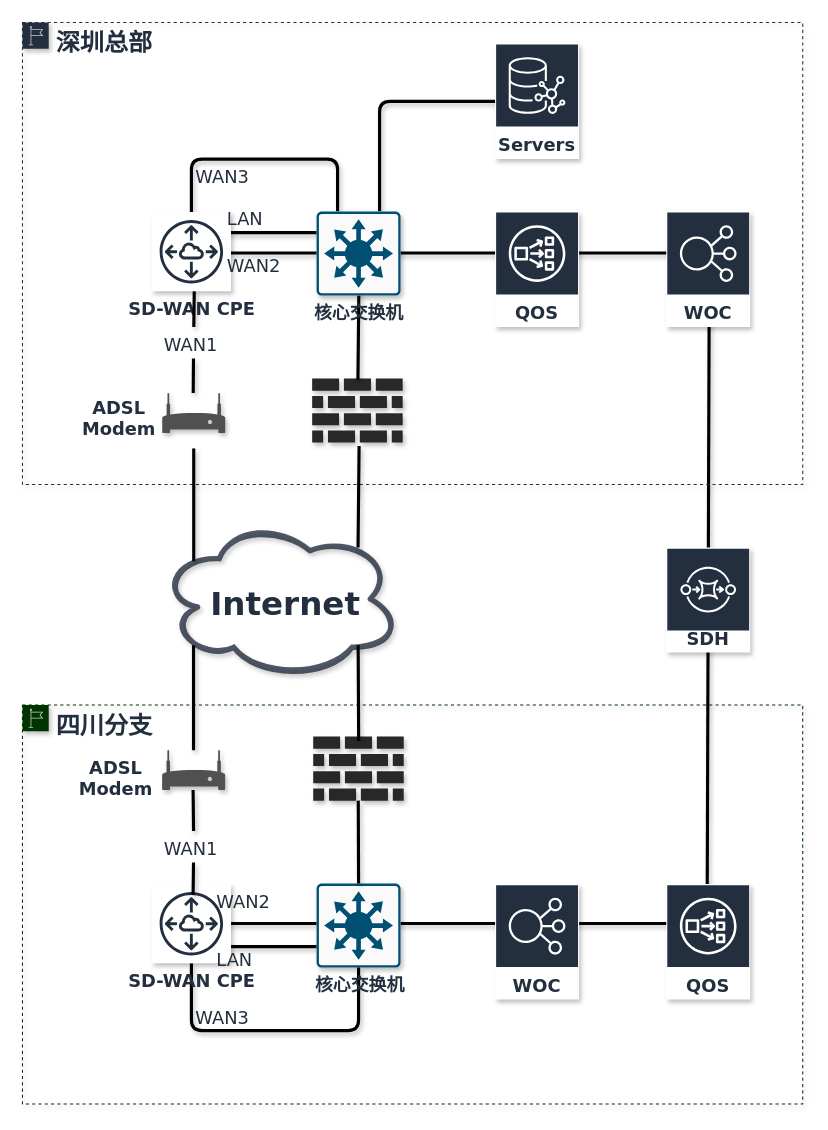
Earlier version of the draw.io diagram page "方案2" (3 of 4) of Untitled Diagram.drawio (ZILLIONTSANG/NetworkDiagrams). Source tidied: cells renumbered, new cells numbered last; positions are measured from the earlier drawing's top-left corner, leaving out a move shared by most shapes. Both pictures are drawn from the tidied source at 105%, with x=0, y=0 at pixel (22, 22).
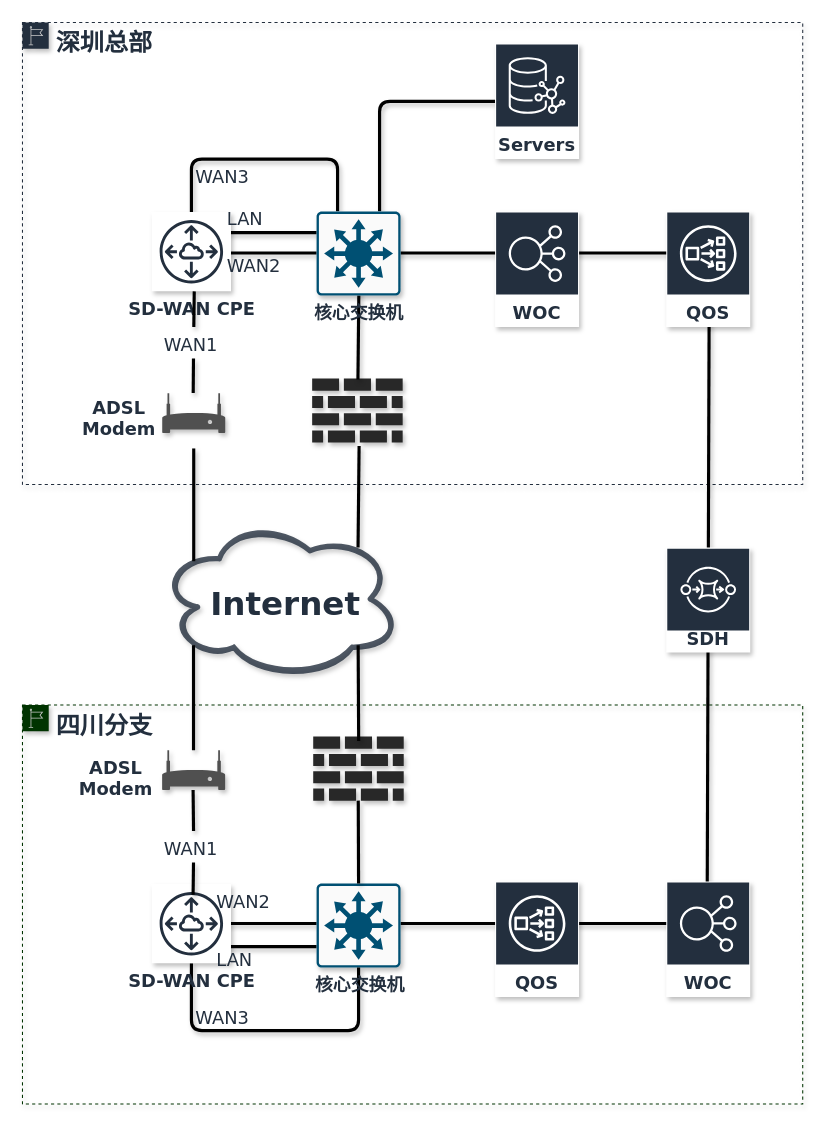
The same page after the edit.

Change to the diagram source:
```diff
@@
+    <mxCell id="9" value="&lt;font color=&quot;#232f3e&quot; style=&quot;font-size: 23px&quot;&gt;深圳总部&lt;/font&gt;" style="gradientColor=none;html=1;whiteSpace=wrap;fontSize=17;fontStyle=1;shape=mxgraph.aws4.group;grIcon=mxgraph.aws4.group_region;fillColor=none;verticalAlign=top;align=left;spacingLeft=30;fontColor=#879196;dashed=1;fontFamily=Verdana;strokeColor=#232F3E;shadow=1;" parent="1" vertex="1">
+      <mxGeometry x="-0.1" width="743.1" height="440" as="geometry" />
+    </mxCell>
@@
-    <mxCell id="8" value="WOC" style="fontColor=#232F3E;gradientColor=none;strokeColor=#ffffff;fillColor=#232F3E;dashed=0;verticalLabelPosition=middle;verticalAlign=bottom;align=center;html=1;whiteSpace=wrap;fontSize=17;fontStyle=1;spacing=3;shape=mxgraph.aws4.productIcon;prIcon=mxgraph.aws4.elastic_load_balancing;fontFamily=Verdana;shadow=1;" parent="1" vertex="1">
-      <mxGeometry x="613" y="180" width="80" height="110" as="geometry" />
-    </mxCell>
-    <mxCell id="9" value="&lt;font color=&quot;#232f3e&quot; style=&quot;font-size: 23px&quot;&gt;深圳总部&lt;/font&gt;" style="gradientColor=none;html=1;whiteSpace=wrap;fontSize=17;fontStyle=1;shape=mxgraph.aws4.group;grIcon=mxgraph.aws4.group_region;fillColor=none;verticalAlign=top;align=left;spacingLeft=30;fontColor=#879196;dashed=1;fontFamily=Verdana;strokeColor=#232F3E;shadow=1;" parent="1" vertex="1">
-      <mxGeometry x="-0.1" width="743.1" height="440" as="geometry" />
-    </mxCell>
-    <mxCell id="10" value="QOS" style="fontColor=#232F3E;gradientColor=none;strokeColor=#ffffff;fillColor=#232F3E;dashed=0;verticalLabelPosition=middle;verticalAlign=bottom;align=center;html=1;whiteSpace=wrap;fontSize=17;fontStyle=1;spacing=3;shape=mxgraph.aws4.productIcon;prIcon=mxgraph.aws4.network_load_balancer;fontFamily=Verdana;shadow=1;" parent="1" vertex="1">
-      <mxGeometry x="450" y="180" width="80" height="110" as="geometry" />
-    </mxCell>
@@
-    <mxCell id="18" value="WOC" style="fontColor=#232F3E;gradientColor=none;strokeColor=#ffffff;fillColor=#232F3E;dashed=0;verticalLabelPosition=middle;verticalAlign=bottom;align=center;html=1;whiteSpace=wrap;fontSize=17;fontStyle=1;spacing=3;shape=mxgraph.aws4.productIcon;prIcon=mxgraph.aws4.elastic_load_balancing;fontFamily=Verdana;shadow=1;" parent="1" vertex="1">
-      <mxGeometry x="450" y="820.5" width="80" height="110" as="geometry" />
-    </mxCell>
@@
-    <mxCell id="20" value="QOS" style="fontColor=#232F3E;gradientColor=none;strokeColor=#ffffff;fillColor=#232F3E;dashed=0;verticalLabelPosition=middle;verticalAlign=bottom;align=center;html=1;whiteSpace=wrap;fontSize=17;fontStyle=1;spacing=3;shape=mxgraph.aws4.productIcon;prIcon=mxgraph.aws4.network_load_balancer;fontFamily=Verdana;shadow=1;" parent="1" vertex="1">
-      <mxGeometry x="613" y="820.5" width="80" height="110" as="geometry" />
-    </mxCell>
@@
+    <mxCell id="51" value="WOC" style="fontColor=#232F3E;gradientColor=none;strokeColor=#ffffff;fillColor=#232F3E;dashed=0;verticalLabelPosition=middle;verticalAlign=bottom;align=center;html=1;whiteSpace=wrap;fontSize=17;fontStyle=1;spacing=3;shape=mxgraph.aws4.productIcon;prIcon=mxgraph.aws4.elastic_load_balancing;fontFamily=Verdana;shadow=1;" parent="1" vertex="1">
+      <mxGeometry x="613" y="818" width="80" height="110" as="geometry" />
+    </mxCell>
+    <mxCell id="52" value="QOS" style="fontColor=#232F3E;gradientColor=none;strokeColor=#ffffff;fillColor=#232F3E;dashed=0;verticalLabelPosition=middle;verticalAlign=bottom;align=center;html=1;whiteSpace=wrap;fontSize=17;fontStyle=1;spacing=3;shape=mxgraph.aws4.productIcon;prIcon=mxgraph.aws4.network_load_balancer;fontFamily=Verdana;shadow=1;" parent="1" vertex="1">
+      <mxGeometry x="450" y="818" width="80" height="110" as="geometry" />
+    </mxCell>
+    <mxCell id="53" value="WOC" style="fontColor=#232F3E;gradientColor=none;strokeColor=#ffffff;fillColor=#232F3E;dashed=0;verticalLabelPosition=middle;verticalAlign=bottom;align=center;html=1;whiteSpace=wrap;fontSize=17;fontStyle=1;spacing=3;shape=mxgraph.aws4.productIcon;prIcon=mxgraph.aws4.elastic_load_balancing;fontFamily=Verdana;shadow=1;" parent="1" vertex="1">
+      <mxGeometry x="450" y="180" width="80" height="110" as="geometry" />
+    </mxCell>
+    <mxCell id="54" value="QOS" style="fontColor=#232F3E;gradientColor=none;strokeColor=#ffffff;fillColor=#232F3E;dashed=0;verticalLabelPosition=middle;verticalAlign=bottom;align=center;html=1;whiteSpace=wrap;fontSize=17;fontStyle=1;spacing=3;shape=mxgraph.aws4.productIcon;prIcon=mxgraph.aws4.network_load_balancer;fontFamily=Verdana;shadow=1;" parent="1" vertex="1">
+      <mxGeometry x="613" y="180" width="80" height="110" as="geometry" />
+    </mxCell>
```
